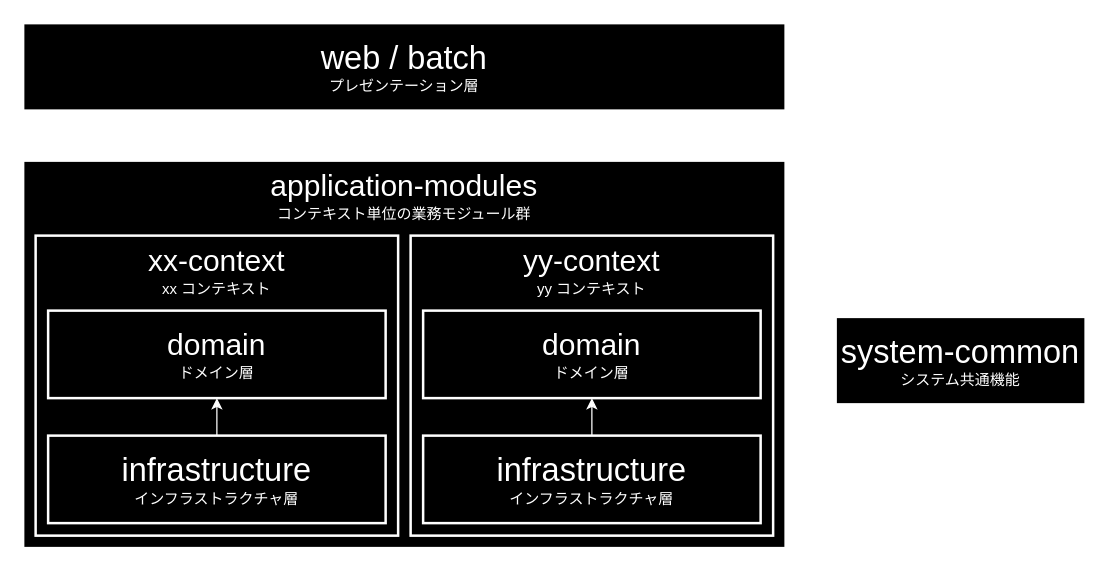
Earlier version of the draw.io diagram documents/_materials/images/guidebooks/how-to-develop/csr/java/subproject-dependencies-dark.drawio (AlesInfiny/maia). Source tidied: cells renumbered, new cells numbered last; positions are measured from the earlier drawing's top-left corner, leaving out a move shared by most shapes. Both pictures are drawn from the tidied source at 125%, with x=0, y=0 at pixel (22, 22).
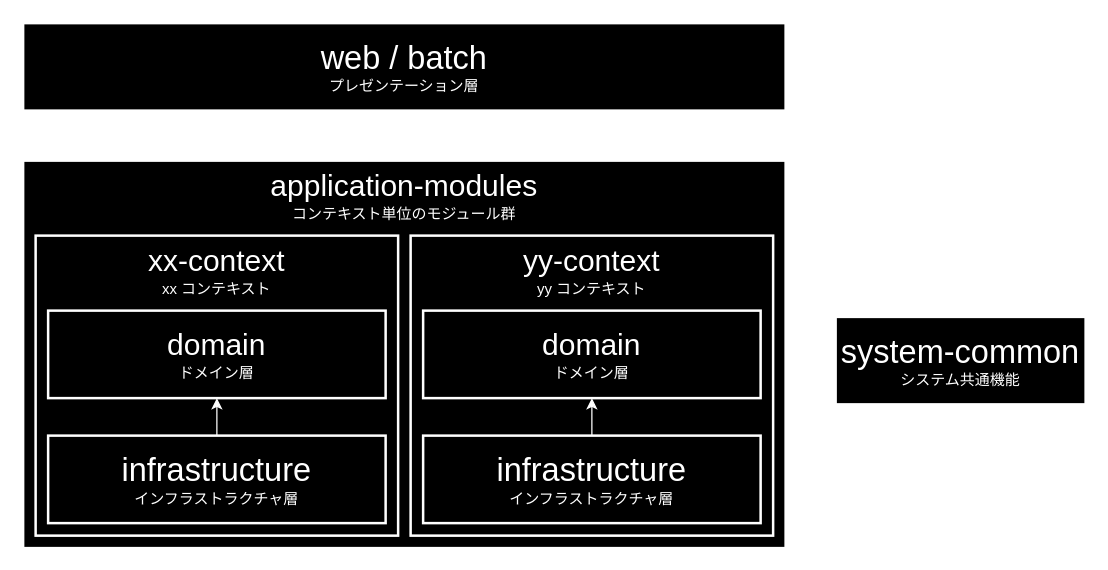
The same diagram, later.

The edit, as a diff of the source:
```diff
@@
 <mxGraphModel>
   <root>
     <mxCell id="0" />
     <mxCell id="1" parent="0" />
     <mxCell id="2" style="edgeStyle=orthogonalEdgeStyle;html=1;entryX=0.5;entryY=0;entryDx=0;entryDy=0;exitX=1;exitY=0.5;exitDx=0;exitDy=0;strokeColor=#FFFFFF;" parent="1" edge="1" source="4" target="5">
       <mxGeometry relative="1" as="geometry" />
     </mxCell>
     <mxCell id="3" style="edgeStyle=none;html=1;strokeColor=#FFFFFF;" parent="1" edge="1" source="4" target="7">
       <mxGeometry relative="1" as="geometry" />
     </mxCell>
     <mxCell id="4" value="&lt;font style=&quot;font-size: 26px;&quot;&gt;web / batch&lt;/font&gt;&lt;br&gt;プレゼンテーション層" style="rounded=0;whiteSpace=wrap;html=1;fillColor=#000000;fontColor=#FFFFFF;strokeColor=#FFFFFF;strokeWidth=2;" parent="1" vertex="1">
       <mxGeometry width="610" height="70" as="geometry" />
     </mxCell>
     <mxCell id="5" value="&lt;font style=&quot;font-size: 26px;&quot;&gt;system-common&lt;/font&gt;&lt;br&gt;システム共通機能" style="rounded=0;whiteSpace=wrap;html=1;fillColor=#000000;fontColor=#FFFFFF;strokeColor=#FFFFFF;strokeWidth=2;" parent="1" vertex="1">
       <mxGeometry x="650" y="235" width="200" height="70" as="geometry" />
     </mxCell>
     <mxCell id="6" style="edgeStyle=none;html=1;strokeColor=#FFFFFF;" parent="1" edge="1" source="7" target="5">
       <mxGeometry relative="1" as="geometry" />
     </mxCell>
-    <mxCell id="7" value="&lt;span style=&quot;font-size: 24px;&quot;&gt;application-modules&lt;/span&gt;&lt;div&gt;&lt;font&gt;コンテキスト単位の業務モジュール群&lt;/font&gt;&lt;/div&gt;" style="rounded=0;whiteSpace=wrap;html=1;fillColor=#000000;fontColor=#FFFFFF;strokeColor=#FFFFFF;strokeWidth=2;verticalAlign=top;" parent="1" vertex="1">
+    <mxCell id="7" value="&lt;span style=&quot;font-size: 24px;&quot;&gt;application-modules&lt;/span&gt;&lt;div&gt;&lt;font&gt;コンテキスト単位のモジュール群&lt;/font&gt;&lt;/div&gt;" style="rounded=0;whiteSpace=wrap;html=1;fillColor=#000000;fontColor=#FFFFFF;strokeColor=#FFFFFF;strokeWidth=2;verticalAlign=top;" parent="1" vertex="1">
       <mxGeometry y="110" width="610" height="310" as="geometry" />
     </mxCell>
     <mxCell id="8" style="group;strokeColor=#FFFFFF;fillColor=#000000;" parent="1" vertex="1">
       <mxGeometry x="10" y="170" width="290" height="240" as="geometry" />
     </mxCell>
     <mxCell id="9" style="group;strokeColor=#FFFFFF;fillColor=#000000;" parent="1" vertex="1">
       <mxGeometry x="310" y="170" width="290" height="240" as="geometry" />
     </mxCell>
     <mxCell id="10" value="&lt;span style=&quot;font-size: 24px;&quot;&gt;xx-context&lt;/span&gt;&lt;div&gt;&lt;font&gt;xx コンテキスト&lt;/font&gt;&lt;/div&gt;" style="rounded=0;whiteSpace=wrap;html=1;fillColor=#000000;fontColor=#FFFFFF;strokeColor=#FFFFFF;strokeWidth=2;verticalAlign=top;" parent="1" vertex="1">
       <mxGeometry x="10" y="170" width="290" height="240" as="geometry" />
     </mxCell>
     <mxCell id="11" value="&lt;font style=&quot;font-size: 24px;&quot;&gt;domain&lt;/font&gt;&lt;div&gt;ドメイン層&lt;/div&gt;" style="rounded=0;whiteSpace=wrap;html=1;fillColor=#000000;fontColor=#FFFFFF;strokeColor=#FFFFFF;strokeWidth=2;" parent="1" vertex="1">
       <mxGeometry x="20" y="230" width="270" height="70" as="geometry" />
     </mxCell>
     <mxCell id="12" value="&lt;font style=&quot;font-size: 26px;&quot;&gt;infrastructure&lt;/font&gt;&lt;br&gt;インフラストラクチャ層" style="rounded=0;whiteSpace=wrap;html=1;fillColor=#000000;fontColor=#FFFFFF;strokeColor=#FFFFFF;strokeWidth=2;" parent="1" vertex="1">
       <mxGeometry x="20" y="330" width="270" height="70" as="geometry" />
     </mxCell>
     <mxCell id="13" style="edgeStyle=none;html=1;strokeColor=#FFFFFF;" parent="1" edge="1" source="12" target="11">
       <mxGeometry relative="1" as="geometry" />
     </mxCell>
     <mxCell id="14" value="&lt;span style=&quot;font-size: 24px;&quot;&gt;yy-context&lt;/span&gt;&lt;div&gt;&lt;font&gt;yy コンテキスト&lt;/font&gt;&lt;/div&gt;" style="rounded=0;whiteSpace=wrap;html=1;fillColor=#000000;fontColor=#FFFFFF;strokeColor=#FFFFFF;strokeWidth=2;verticalAlign=top;" parent="1" vertex="1">
       <mxGeometry x="310" y="170" width="290" height="240" as="geometry" />
     </mxCell>
     <mxCell id="15" value="&lt;span style=&quot;font-size: 24px;&quot;&gt;domain&lt;/span&gt;&lt;div&gt;ドメイン層&lt;/div&gt;" style="rounded=0;whiteSpace=wrap;html=1;fillColor=#000000;fontColor=#FFFFFF;strokeColor=#FFFFFF;strokeWidth=2;" parent="1" vertex="1">
       <mxGeometry x="320" y="230" width="270" height="70" as="geometry" />
     </mxCell>
     <mxCell id="16" value="&lt;font style=&quot;font-size: 26px;&quot;&gt;infrastructure&lt;/font&gt;&lt;br&gt;インフラストラクチャ層" style="rounded=0;whiteSpace=wrap;html=1;fillColor=#000000;fontColor=#FFFFFF;strokeColor=#FFFFFF;strokeWidth=2;" parent="1" vertex="1">
       <mxGeometry x="320" y="330" width="270" height="70" as="geometry" />
     </mxCell>
     <mxCell id="17" style="edgeStyle=none;html=1;strokeColor=#FFFFFF;" parent="1" edge="1" source="16" target="15">
       <mxGeometry relative="1" as="geometry" />
     </mxCell>
   </root>
 </mxGraphModel>
```
